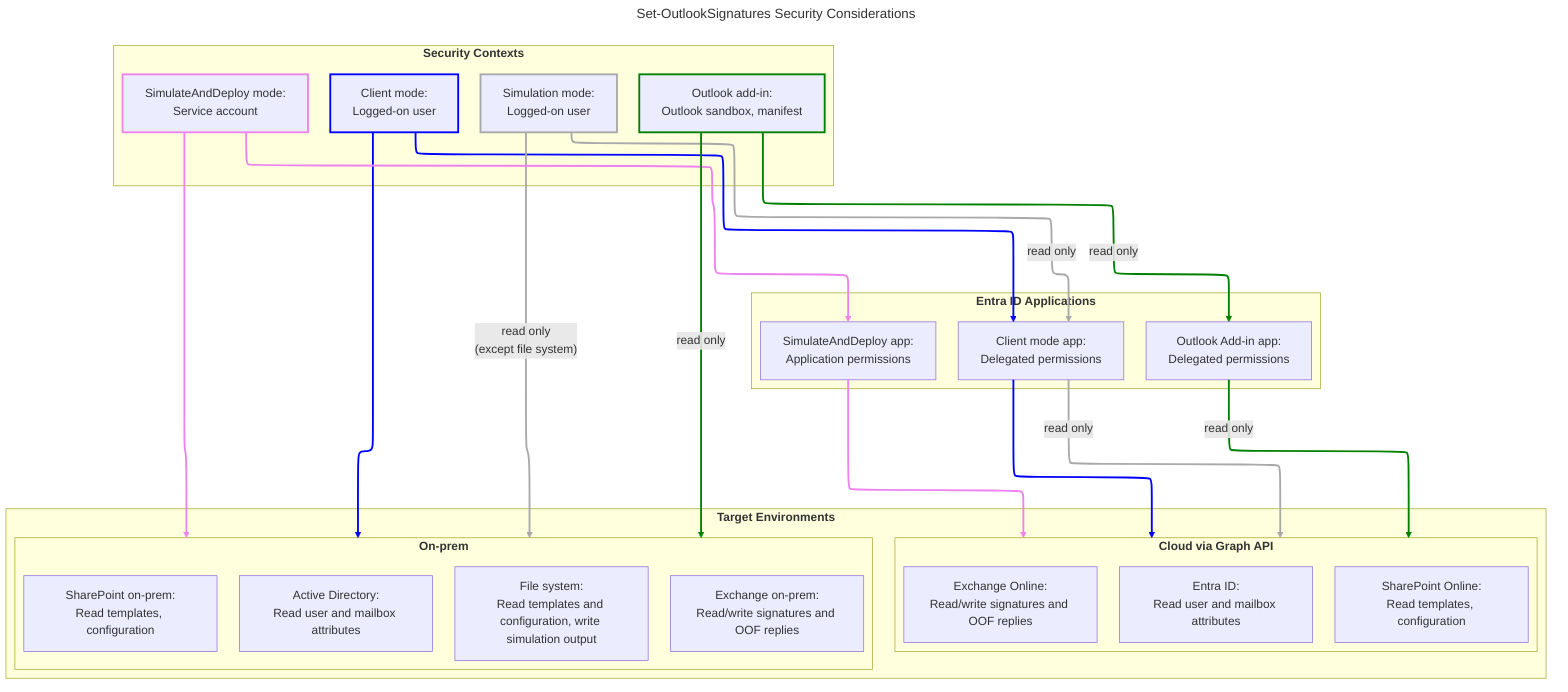
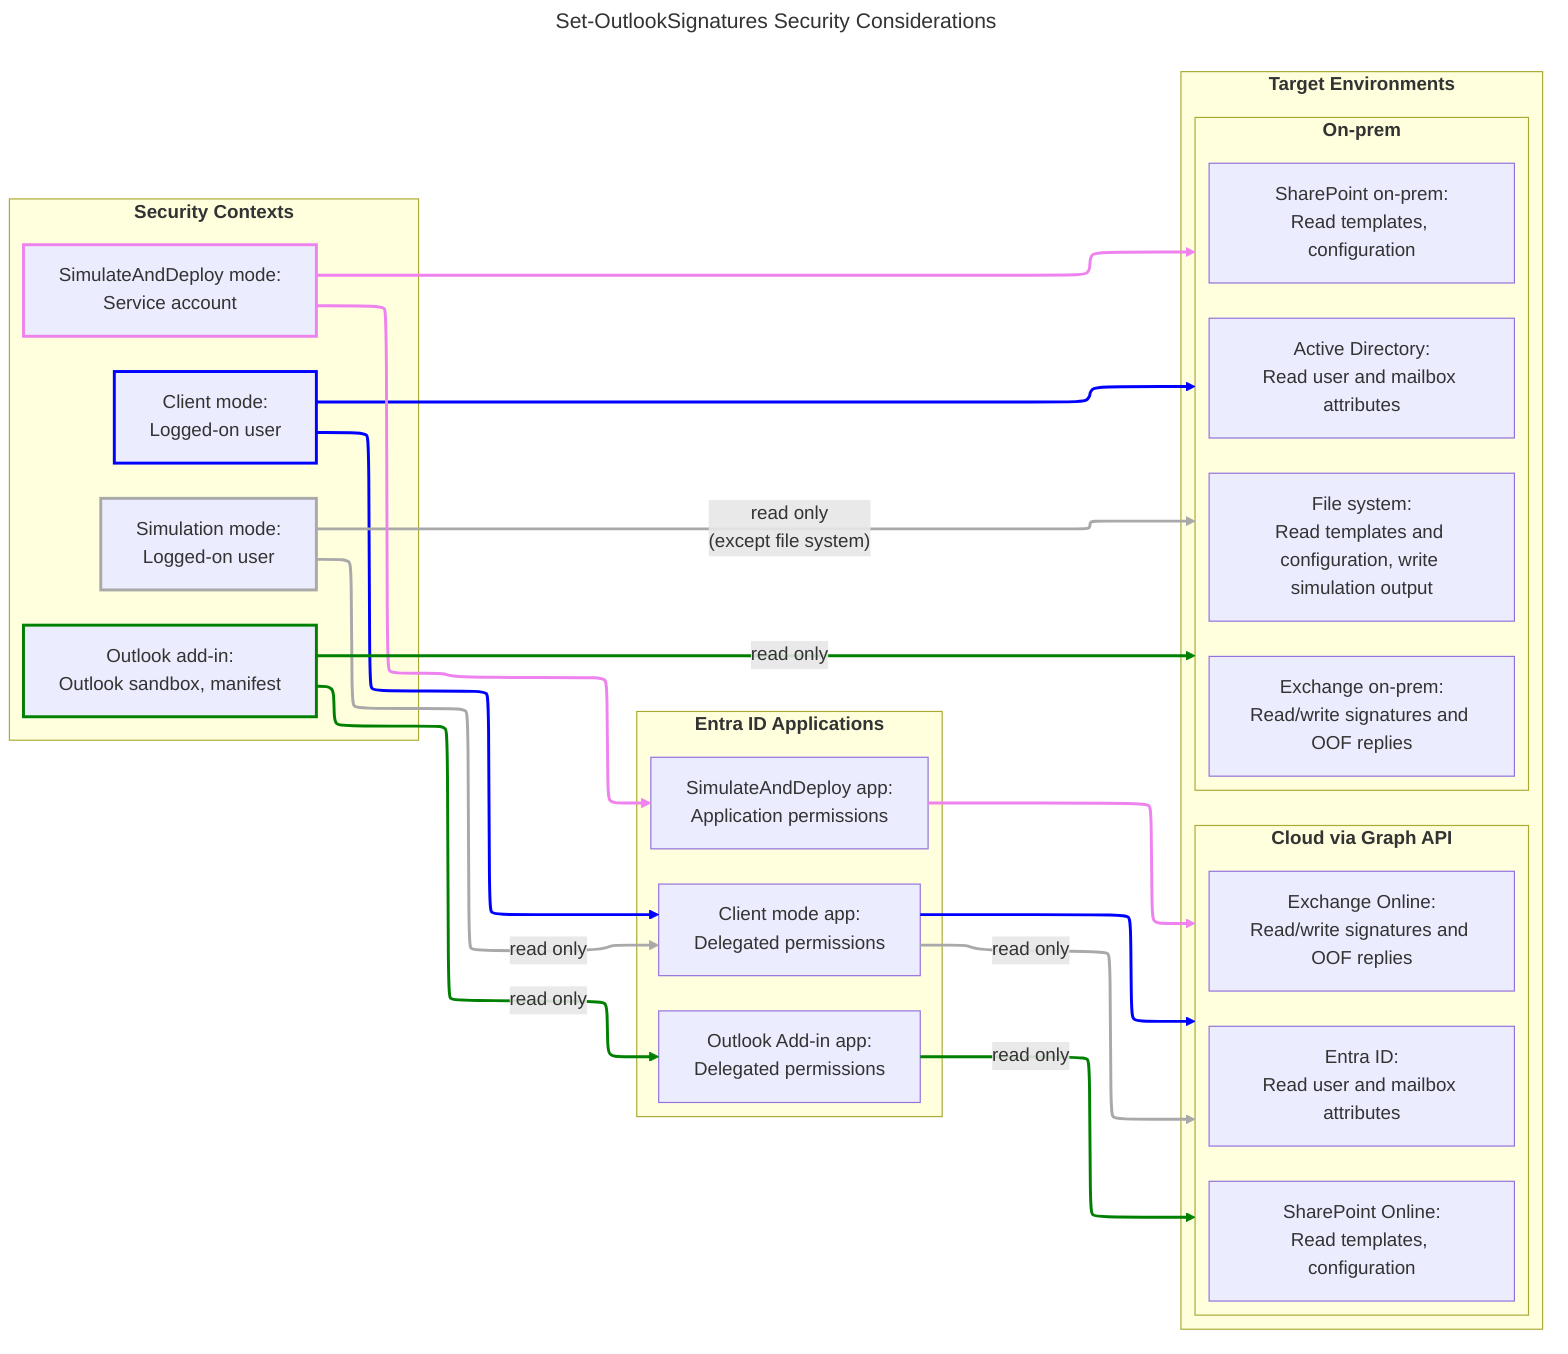
---
title: Set-OutlookSignatures Security Considerations
config:
  layout: elk
---
- flowchart TB
+ flowchart LR
  subgraph Contexts ["<b>Security Contexts</b>"]
    UserCtx["Client mode:<br>Logged-on user"]
    SimulateCtx["Simulation mode:<br>Logged-on user"]
    SvcCtx["SimulateAndDeploy mode:<br>Service account"]
    AddInCtx["Outlook add-in:<br>Outlook sandbox, manifest"]
  end

  subgraph EntraApps ["<b>Entra ID Applications</b>"]
    ClientApp["Client mode app:<br>Delegated permissions"]
    DeployApp["SimulateAndDeploy app:<br>Application permissions"]
    AddInApp["Outlook Add-in app:<br>Delegated permissions"]
  end

  subgraph Targets ["<b>Target Environments</b>"]
    subgraph onprem ["<b>On-prem</b>"]
      ActiveDirectory["Active Directory:<br>Read user and mailbox attributes"]
      File["File system:<br>Read templates and configuration, write simulation output"]
      SharePointOnprem["SharePoint on-prem:<br>Read templates, configuration"]
      ExchangeOnprem["Exchange on-prem:<br>Read/write signatures and OOF replies"]
    end

    subgraph cloud ["<b>Cloud via Graph API</b>"]
      EntraID["Entra ID:<br>Read user and mailbox attributes"]
      SharePointOnline["SharePoint Online:<br>Read templates, configuration"]
      ExchangeOnline["Exchange Online:<br>Read/write signatures and OOF replies"]
    end
  end

  UserCtx --> onprem
  UserCtx --> ClientApp
  ClientApp --> cloud

  SimulateCtx --> |"read only<br>(except file system)"| onprem
  SimulateCtx --> |"read only"| ClientApp --> |"read only"| cloud

  SvcCtx --> onprem
  SvcCtx --> DeployApp
  DeployApp --> cloud

  AddInCtx --> |"read only"| AddInApp
  AddInCtx --> |"read only"| onprem
  AddInApp --> |"read only"| cloud

  style UserCtx stroke:blue,stroke-width:2.5px
  style SimulateCtx stroke:darkgrey,stroke-width:2.5px
  style SvcCtx stroke:violet,stroke-width:2.5px
  style AddInCtx stroke:green,stroke-width:2.5px

  linkStyle 0,1,2 stroke:blue, stroke-width:2.5px
  linkStyle 3,4,5 stroke:darkgrey, stroke-width:2.5px
  linkStyle 6,7,8 stroke:violet, stroke-width:2.5px
  linkStyle 9,10,11 stroke:green, stroke-width:2.5px